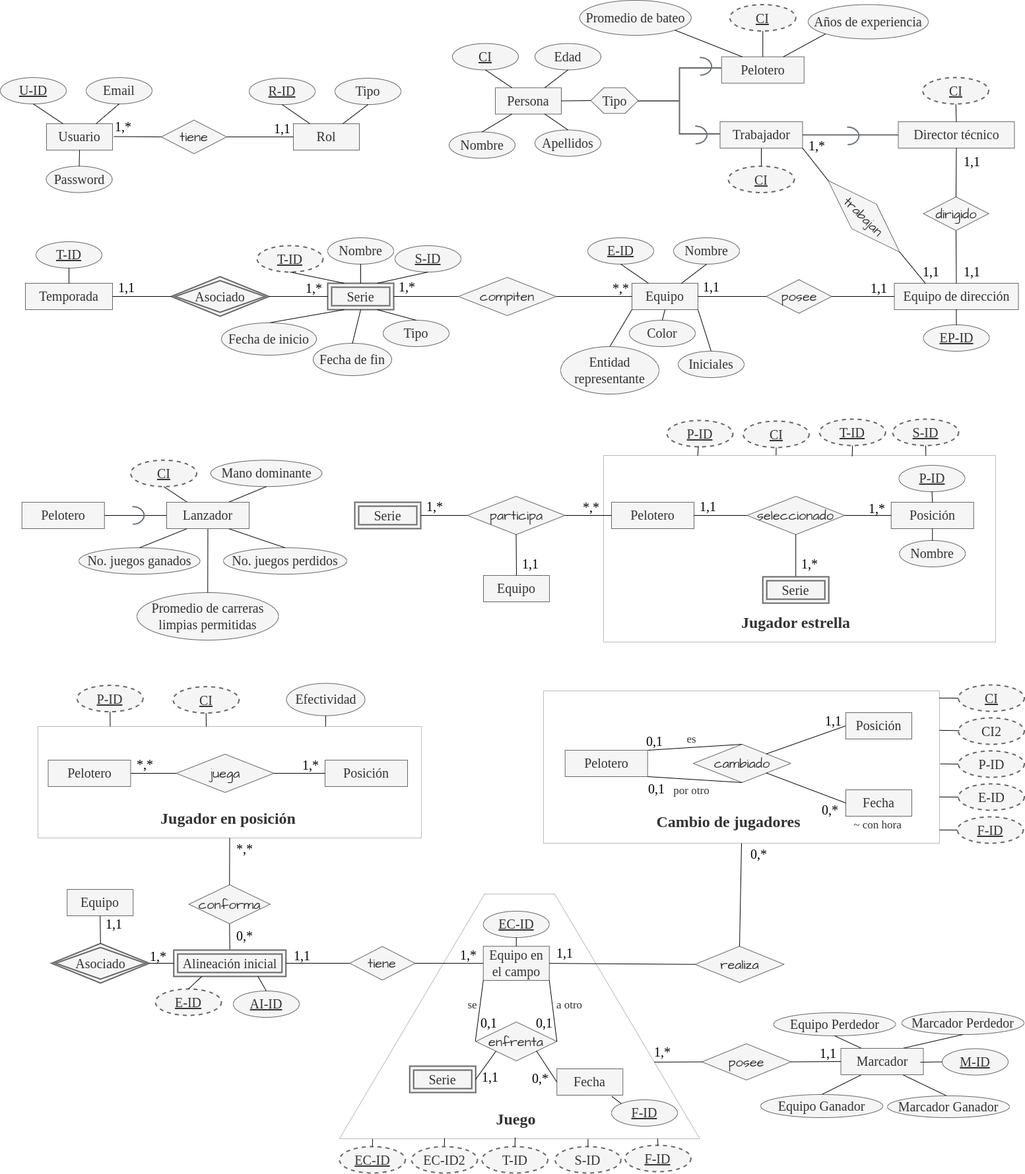
The draw.io diagram Documentacion/Diseño_de_la_base_de_datos/baseball_MERX.png in LiaLopezRosales/Baseball_Manager, before a commit. Source tidied: cells renumbered, new cells last; positions are measured from the earlier drawing's top-left corner, leaving out a move shared by most shapes.
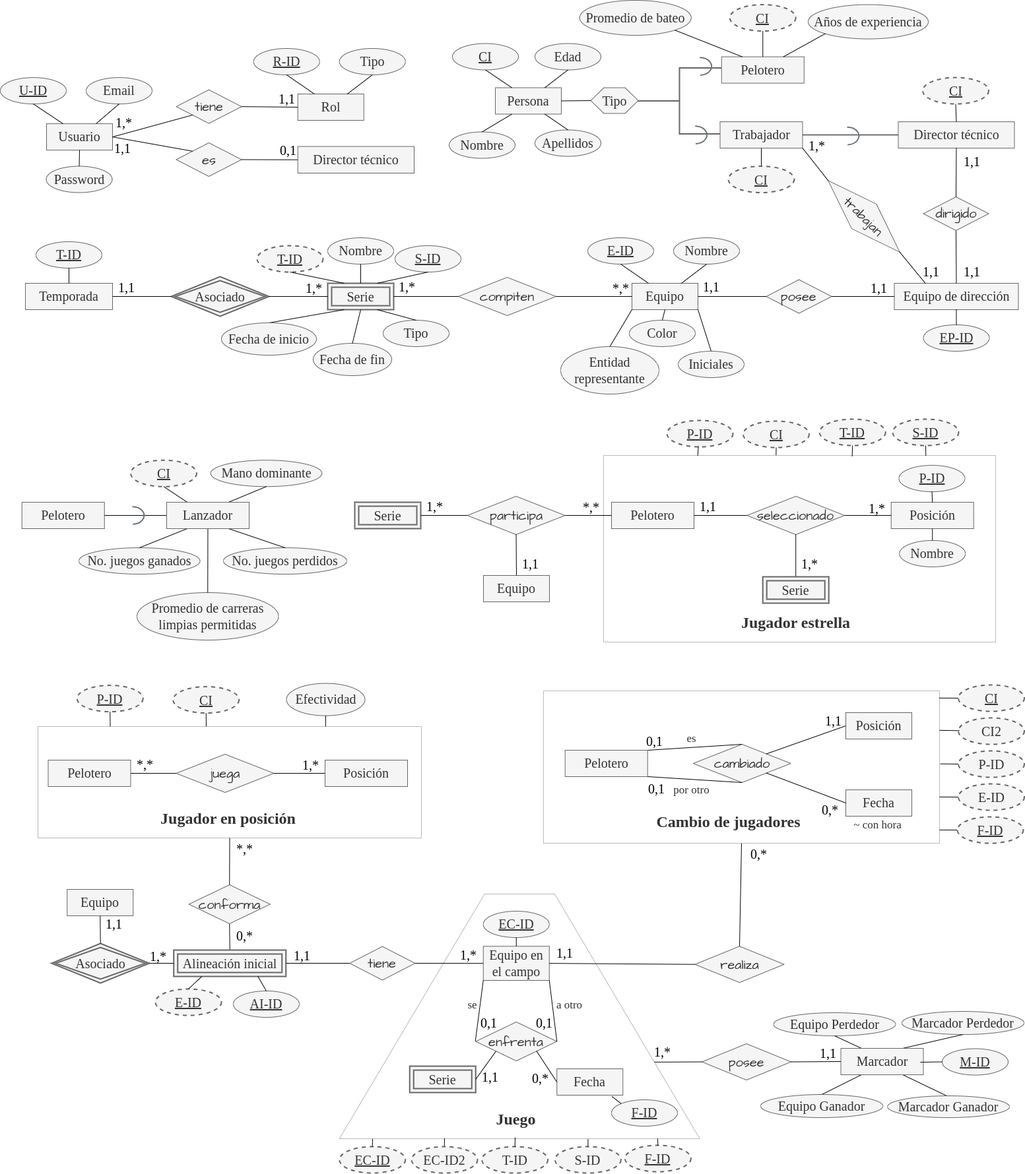
The same file after the commit.

The edit, as a diff of the source:
```diff
@@ -18,34 +18,23 @@
       <mxGeometry relative="1" as="geometry" />
     </mxCell>
     <mxCell id="7" value="&lt;font face=&quot;Verdana&quot;&gt;Rol&lt;/font&gt;" style="whiteSpace=wrap;html=1;align=center;sketch=0;hachureGap=4;jiggle=2;curveFitting=1;fontFamily=Architects Daughter;fontSource=https%3A%2F%2Ffonts.googleapis.com%2Fcss%3Ffamily%3DArchitects%2BDaughter;fontSize=20;fillColor=#f5f5f5;fontColor=#333333;strokeColor=#666666;" parent="1" vertex="1">
-      <mxGeometry x="444" y="187.1" width="100" height="40" as="geometry" />
+      <mxGeometry x="450.8" y="142" width="100" height="40" as="geometry" />
     </mxCell>
     <mxCell id="8" value="&lt;font face=&quot;Verdana&quot;&gt;R-ID&lt;/font&gt;" style="ellipse;whiteSpace=wrap;html=1;align=center;fontStyle=4;sketch=0;hachureGap=4;jiggle=2;curveFitting=1;fontFamily=Architects Daughter;fontSource=https%3A%2F%2Ffonts.googleapis.com%2Fcss%3Ffamily%3DArchitects%2BDaughter;fontSize=20;fillColor=#f5f5f5;fontColor=#333333;strokeColor=#666666;" parent="1" vertex="1">
-      <mxGeometry x="377" y="118.1" width="100" height="40" as="geometry" />
+      <mxGeometry x="383.8" y="73" width="100" height="40" as="geometry" />
     </mxCell>
     <mxCell id="9" style="endArrow=none;html=1;rounded=0;hachureGap=4;fontFamily=Architects Daughter;fontSource=https%3A%2F%2Ffonts.googleapis.com%2Fcss%3Ffamily%3DArchitects%2BDaughter;fontSize=16;entryX=0.5;entryY=1;entryDx=0;entryDy=0;exitX=0.25;exitY=0;exitDx=0;exitDy=0;strokeColor=#030303;" parent="1" edge="1" source="7" target="8">
       <mxGeometry relative="1" as="geometry" />
     </mxCell>
     <mxCell id="10" value="&lt;font face=&quot;Verdana&quot;&gt;Tipo&lt;/font&gt;" style="ellipse;whiteSpace=wrap;html=1;align=center;sketch=0;hachureGap=4;jiggle=2;curveFitting=1;fontFamily=Architects Daughter;fontSource=https%3A%2F%2Ffonts.googleapis.com%2Fcss%3Ffamily%3DArchitects%2BDaughter;fontSize=20;fillColor=#f5f5f5;fontColor=#333333;strokeColor=#666666;" parent="1" vertex="1">
-      <mxGeometry x="507" y="118.1" width="100" height="40" as="geometry" />
+      <mxGeometry x="513.8" y="73" width="100" height="40" as="geometry" />
     </mxCell>
     <mxCell id="11" style="endArrow=none;html=1;rounded=0;hachureGap=4;fontFamily=Architects Daughter;fontSource=https%3A%2F%2Ffonts.googleapis.com%2Fcss%3Ffamily%3DArchitects%2BDaughter;fontSize=16;entryX=0.5;entryY=1;entryDx=0;entryDy=0;exitX=0.75;exitY=0;exitDx=0;exitDy=0;strokeColor=#030303;" parent="1" edge="1" source="7" target="10">
       <mxGeometry relative="1" as="geometry" />
     </mxCell>
     <mxCell id="12" value="tiene" style="shape=rhombus;perimeter=rhombusPerimeter;whiteSpace=wrap;html=1;align=center;sketch=0;hachureGap=4;jiggle=2;curveFitting=1;fontFamily=Architects Daughter;fontSource=https%3A%2F%2Ffonts.googleapis.com%2Fcss%3Ffamily%3DArchitects%2BDaughter;fontSize=20;fillColor=#f5f5f5;fontColor=#333333;strokeColor=#666666;" parent="1" vertex="1">
-      <mxGeometry x="244" y="181.6" width="99" height="51" as="geometry" />
+      <mxGeometry x="266.5" y="135.7" width="99" height="51" as="geometry" />
     </mxCell>
-    <mxCell id="13" style="endArrow=none;html=1;rounded=0;sketch=0;hachureGap=4;jiggle=2;curveFitting=1;strokeColor=#030303;fontFamily=Architects Daughter;fontSource=https%3A%2F%2Ffonts.googleapis.com%2Fcss%3Ffamily%3DArchitects%2BDaughter;fontSize=16;fontColor=#000000;entryX=0;entryY=0.5;entryDx=0;entryDy=0;" parent="1" edge="1" target="12">
-      <mxGeometry relative="1" as="geometry">
-        <mxPoint x="172" y="206.5" as="sourcePoint" />
-      </mxGeometry>
-    </mxCell>
-    <mxCell id="14" value="&lt;font face=&quot;Verdana&quot;&gt;1,*&lt;/font&gt;" style="html=1;align=left;verticalAlign=bottom;sketch=0;hachureGap=4;jiggle=2;curveFitting=1;fontFamily=Architects Daughter;fontSource=https%3A%2F%2Ffonts.googleapis.com%2Fcss%3Ffamily%3DArchitects%2BDaughter;fontSize=20;fontColor=#000000;fillColor=#1D1D1D;" parent="13" vertex="1">
-      <mxGeometry x="-1" relative="1" as="geometry" />
-    </mxCell>
-    <mxCell id="15" style="html=1;align=right;verticalAlign=bottom;sketch=0;hachureGap=4;jiggle=2;curveFitting=1;fontFamily=Architects Daughter;fontSource=https%3A%2F%2Ffonts.googleapis.com%2Fcss%3Ffamily%3DArchitects%2BDaughter;fontSize=20;fontColor=#000000;fillColor=#1D1D1D;" parent="13" vertex="1">
-      <mxGeometry x="1" relative="1" as="geometry" />
-    </mxCell>
     <mxCell id="16" style="endArrow=none;html=1;rounded=0;sketch=0;hachureGap=4;jiggle=2;curveFitting=1;strokeColor=#030303;fontFamily=Architects Daughter;fontSource=https%3A%2F%2Ffonts.googleapis.com%2Fcss%3Ffamily%3DArchitects%2BDaughter;fontSize=16;fontColor=#000000;entryX=0;entryY=0.5;entryDx=0;entryDy=0;exitX=1;exitY=0.5;exitDx=0;exitDy=0;" parent="1" edge="1" source="12" target="7">
       <mxGeometry relative="1" as="geometry" />
     </mxCell>
@@ -58,7 +47,7 @@
       </mxGeometry>
     </mxCell>
     <mxCell id="19" value="1,1" style="text;html=1;align=center;verticalAlign=middle;strokeColor=none;fillColor=none;fontSize=20;fontFamily=Verdana;fontColor=#000000;sketch=1;hachureGap=4;jiggle=2;curveFitting=1;fontSource=https%3A%2F%2Ffonts.googleapis.com%2Fcss%3Ffamily%3DArchitects%2BDaughter;" parent="1" vertex="1">
-      <mxGeometry x="405.5" y="176.1" width="43" height="36" as="geometry" />
+      <mxGeometry x="412.2" y="131" width="43" height="36" as="geometry" />
     </mxCell>
     <mxCell id="20" value="&lt;font face=&quot;Verdana&quot;&gt;Persona&lt;/font&gt;" style="whiteSpace=wrap;html=1;align=center;sketch=0;hachureGap=4;jiggle=2;curveFitting=1;fontFamily=Architects Daughter;fontSource=https%3A%2F%2Ffonts.googleapis.com%2Fcss%3Ffamily%3DArchitects%2BDaughter;fontSize=20;fillColor=#f5f5f5;fontColor=#333333;strokeColor=#666666;" parent="1" vertex="1">
       <mxGeometry x="750" y="132.5" width="100" height="40" as="geometry" />
@@ -1054,5 +1043,55 @@
     <mxCell id="325" style="endArrow=none;html=1;rounded=0;hachureGap=4;fontFamily=Architects Daughter;fontSource=https%3A%2F%2Ffonts.googleapis.com%2Fcss%3Ffamily%3DArchitects%2BDaughter;fontSize=16;entryX=0.5;entryY=1;entryDx=0;entryDy=0;exitX=0.5;exitY=0;exitDx=0;exitDy=0;strokeColor=#030303;" parent="1" edge="1" source="324" target="2">
       <mxGeometry relative="1" as="geometry" />
     </mxCell>
+    <mxCell id="326" value="es" style="shape=rhombus;perimeter=rhombusPerimeter;whiteSpace=wrap;html=1;align=center;sketch=0;hachureGap=4;jiggle=2;curveFitting=1;fontFamily=Architects Daughter;fontSource=https%3A%2F%2Ffonts.googleapis.com%2Fcss%3Ffamily%3DArchitects%2BDaughter;fontSize=20;fillColor=#f5f5f5;fontColor=#333333;strokeColor=#666666;" parent="1" vertex="1">
+      <mxGeometry x="266.5" y="216" width="99" height="51" as="geometry" />
+    </mxCell>
+    <mxCell id="327" style="endArrow=none;html=1;rounded=0;sketch=0;hachureGap=4;jiggle=2;curveFitting=1;strokeColor=#030303;fontFamily=Architects Daughter;fontSource=https%3A%2F%2Ffonts.googleapis.com%2Fcss%3Ffamily%3DArchitects%2BDaughter;fontSize=16;fontColor=#000000;entryX=0;entryY=1;entryDx=0;entryDy=0;exitX=1;exitY=0.5;exitDx=0;exitDy=0;" parent="1" edge="1" source="2" target="12">
+      <mxGeometry relative="1" as="geometry" />
+    </mxCell>
+    <mxCell id="328" style="html=1;align=left;verticalAlign=bottom;sketch=0;hachureGap=4;jiggle=2;curveFitting=1;fontFamily=Architects Daughter;fontSource=https%3A%2F%2Ffonts.googleapis.com%2Fcss%3Ffamily%3DArchitects%2BDaughter;fontSize=20;fontColor=#000000;fillColor=#1D1D1D;" parent="327" vertex="1">
+      <mxGeometry x="-1" relative="1" as="geometry" />
+    </mxCell>
+    <mxCell id="329" style="html=1;align=right;verticalAlign=bottom;sketch=0;hachureGap=4;jiggle=2;curveFitting=1;fontFamily=Architects Daughter;fontSource=https%3A%2F%2Ffonts.googleapis.com%2Fcss%3Ffamily%3DArchitects%2BDaughter;fontSize=20;fontColor=#000000;fillColor=#1D1D1D;" parent="327" vertex="1">
+      <mxGeometry x="1" relative="1" as="geometry">
+        <mxPoint x="-41" y="-1" as="offset" />
+      </mxGeometry>
+    </mxCell>
+    <mxCell id="330" style="endArrow=none;html=1;rounded=0;sketch=0;hachureGap=4;jiggle=2;curveFitting=1;strokeColor=#030303;fontFamily=Architects Daughter;fontSource=https%3A%2F%2Ffonts.googleapis.com%2Fcss%3Ffamily%3DArchitects%2BDaughter;fontSize=16;fontColor=#000000;entryX=0;entryY=0;entryDx=0;entryDy=0;exitX=1;exitY=0.5;exitDx=0;exitDy=0;" parent="1" edge="1" source="2" target="326">
+      <mxGeometry relative="1" as="geometry" />
+    </mxCell>
+    <mxCell id="331" style="html=1;align=left;verticalAlign=bottom;sketch=0;hachureGap=4;jiggle=2;curveFitting=1;fontFamily=Architects Daughter;fontSource=https%3A%2F%2Ffonts.googleapis.com%2Fcss%3Ffamily%3DArchitects%2BDaughter;fontSize=20;fontColor=#000000;fillColor=#1D1D1D;" parent="330" vertex="1">
+      <mxGeometry x="-1" relative="1" as="geometry" />
+    </mxCell>
+    <mxCell id="332" style="html=1;align=right;verticalAlign=bottom;sketch=0;hachureGap=4;jiggle=2;curveFitting=1;fontFamily=Architects Daughter;fontSource=https%3A%2F%2Ffonts.googleapis.com%2Fcss%3Ffamily%3DArchitects%2BDaughter;fontSize=20;fontColor=#000000;fillColor=#1D1D1D;" parent="330" vertex="1">
+      <mxGeometry x="1" relative="1" as="geometry">
+        <mxPoint x="-41" y="-1" as="offset" />
+      </mxGeometry>
+    </mxCell>
+    <mxCell id="333" style="endArrow=none;html=1;rounded=0;sketch=0;hachureGap=4;jiggle=2;curveFitting=1;strokeColor=#030303;fontFamily=Architects Daughter;fontSource=https%3A%2F%2Ffonts.googleapis.com%2Fcss%3Ffamily%3DArchitects%2BDaughter;fontSize=16;fontColor=#000000;entryX=0;entryY=0.5;entryDx=0;entryDy=0;exitX=1;exitY=0.5;exitDx=0;exitDy=0;" parent="1" edge="1" source="326" target="336">
+      <mxGeometry relative="1" as="geometry" />
+    </mxCell>
+    <mxCell id="334" style="html=1;align=left;verticalAlign=bottom;sketch=0;hachureGap=4;jiggle=2;curveFitting=1;fontFamily=Architects Daughter;fontSource=https%3A%2F%2Ffonts.googleapis.com%2Fcss%3Ffamily%3DArchitects%2BDaughter;fontSize=20;fontColor=#000000;fillColor=#1D1D1D;" parent="333" vertex="1">
+      <mxGeometry x="-1" relative="1" as="geometry" />
+    </mxCell>
+    <mxCell id="335" style="html=1;align=right;verticalAlign=bottom;sketch=0;hachureGap=4;jiggle=2;curveFitting=1;fontFamily=Architects Daughter;fontSource=https%3A%2F%2Ffonts.googleapis.com%2Fcss%3Ffamily%3DArchitects%2BDaughter;fontSize=20;fontColor=#000000;fillColor=#1D1D1D;" parent="333" vertex="1">
+      <mxGeometry x="1" relative="1" as="geometry">
+        <mxPoint x="-41" y="-1" as="offset" />
+      </mxGeometry>
+    </mxCell>
+    <mxCell id="336" value="&lt;font face=&quot;Verdana&quot;&gt;Director técnico&lt;/font&gt;" style="whiteSpace=wrap;html=1;align=center;sketch=0;hachureGap=4;jiggle=2;curveFitting=1;fontFamily=Architects Daughter;fontSource=https%3A%2F%2Ffonts.googleapis.com%2Fcss%3Ffamily%3DArchitects%2BDaughter;fontSize=20;fillColor=#f5f5f5;fontColor=#333333;strokeColor=#666666;" parent="1" vertex="1">
+      <mxGeometry x="450.8" y="221.5" width="176.2" height="40.5" as="geometry" />
+    </mxCell>
+    <mxCell id="14" value="&lt;font face=&quot;Verdana&quot;&gt;1,*&lt;/font&gt;" style="html=1;align=left;verticalAlign=bottom;sketch=0;hachureGap=4;jiggle=2;curveFitting=1;fontFamily=Architects Daughter;fontSource=https%3A%2F%2Ffonts.googleapis.com%2Fcss%3Ffamily%3DArchitects%2BDaughter;fontSize=20;fontColor=#000000;fillColor=#1D1D1D;" parent="1" vertex="1">
+      <mxGeometry x="173" y="200" as="geometry" />
+    </mxCell>
+    <mxCell id="337" value="&lt;font face=&quot;Verdana&quot;&gt;0,1&lt;/font&gt;" style="html=1;align=left;verticalAlign=bottom;sketch=0;hachureGap=4;jiggle=2;curveFitting=1;fontFamily=Architects Daughter;fontSource=https%3A%2F%2Ffonts.googleapis.com%2Fcss%3Ffamily%3DArchitects%2BDaughter;fontSize=20;fontColor=#000000;fillColor=#1D1D1D;" parent="1" vertex="1">
+      <mxGeometry x="421.5" y="241.8" as="geometry" />
+    </mxCell>
+    <mxCell id="338" value="&lt;font face=&quot;Verdana&quot;&gt;1,1&lt;/font&gt;" style="html=1;align=left;verticalAlign=bottom;sketch=0;hachureGap=4;jiggle=2;curveFitting=1;fontFamily=Architects Daughter;fontSource=https%3A%2F%2Ffonts.googleapis.com%2Fcss%3Ffamily%3DArchitects%2BDaughter;fontSize=20;fontColor=#000000;fillColor=#1D1D1D;" parent="1" vertex="1">
+      <mxGeometry x="166.3" y="239.5" as="geometry">
+        <mxPoint x="5" y="-1" as="offset" />
+      </mxGeometry>
+    </mxCell>
   </root>
 </mxGraphModel>
```
